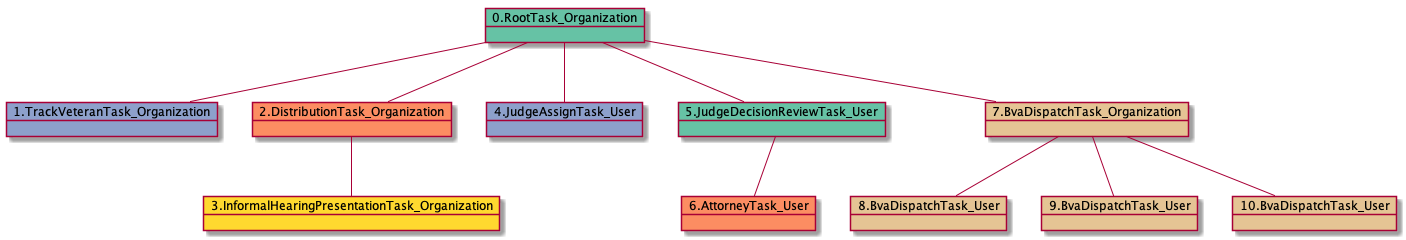
Earlier version of the PlantUML export docs-DR/uml/RTO.TVTO.DTO-34538.png (yoomlam/graphing). Source of this version:
```plantuml
@startuml
object 0.RootTask_Organization #66c2a5
object 1.TrackVeteranTask_Organization #8da0cb
object 2.DistributionTask_Organization #fc8d62
object 3.InformalHearingPresentationTask_Organization #ffd92f
object 4.JudgeAssignTask_User #8da0cb
object 5.JudgeDecisionReviewTask_User #66c2a5
object 6.AttorneyTask_User #fc8d62
object 7.BvaDispatchTask_Organization #e5c494
object 8.BvaDispatchTask_User #e5c494
object 9.BvaDispatchTask_User #e5c494
object 10.BvaDispatchTask_User #e5c494
0.RootTask_Organization -- 1.TrackVeteranTask_Organization
0.RootTask_Organization -- 2.DistributionTask_Organization
2.DistributionTask_Organization -- 3.InformalHearingPresentationTask_Organization
0.RootTask_Organization -- 4.JudgeAssignTask_User
0.RootTask_Organization -- 5.JudgeDecisionReviewTask_User
5.JudgeDecisionReviewTask_User -- 6.AttorneyTask_User
0.RootTask_Organization -- 7.BvaDispatchTask_Organization
7.BvaDispatchTask_Organization -- 8.BvaDispatchTask_User
7.BvaDispatchTask_Organization -- 9.BvaDispatchTask_User
7.BvaDispatchTask_Organization -- 10.BvaDispatchTask_User
@enduml
```
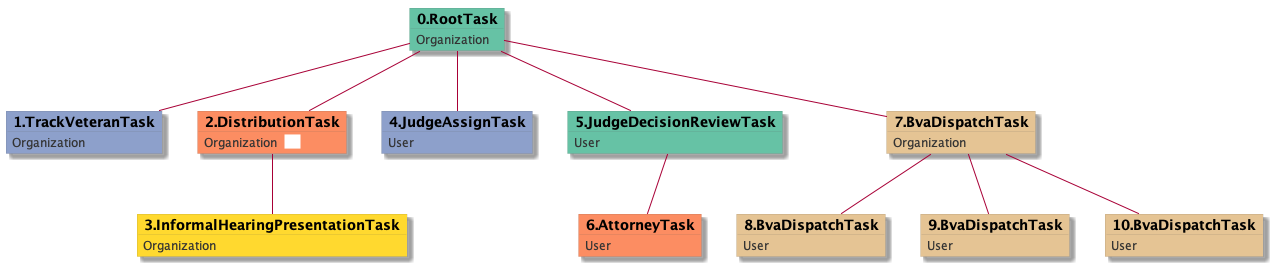
After the commit.

What changed in the source:
```diff
@@ -1,23 +1,53 @@
 @startuml
-object 0.RootTask_Organization #66c2a5
-object 1.TrackVeteranTask_Organization #8da0cb
-object 2.DistributionTask_Organization #fc8d62
-object 3.InformalHearingPresentationTask_Organization #ffd92f
-object 4.JudgeAssignTask_User #8da0cb
-object 5.JudgeDecisionReviewTask_User #66c2a5
-object 6.AttorneyTask_User #fc8d62
-object 7.BvaDispatchTask_Organization #e5c494
-object 8.BvaDispatchTask_User #e5c494
-object 9.BvaDispatchTask_User #e5c494
-object 10.BvaDispatchTask_User #e5c494
-0.RootTask_Organization -- 1.TrackVeteranTask_Organization
-0.RootTask_Organization -- 2.DistributionTask_Organization
-2.DistributionTask_Organization -- 3.InformalHearingPresentationTask_Organization
-0.RootTask_Organization -- 4.JudgeAssignTask_User
-0.RootTask_Organization -- 5.JudgeDecisionReviewTask_User
-5.JudgeDecisionReviewTask_User -- 6.AttorneyTask_User
-0.RootTask_Organization -- 7.BvaDispatchTask_Organization
-7.BvaDispatchTask_Organization -- 8.BvaDispatchTask_User
-7.BvaDispatchTask_Organization -- 9.BvaDispatchTask_User
-7.BvaDispatchTask_Organization -- 10.BvaDispatchTask_User
+skinparam {
+  ObjectBorderColor #555
+  ObjectBorderThickness 0
+  ObjectFontStyle bold
+  ObjectFontSize 14
+  ObjectAttributeFontColor #333
+  ObjectAttributeFontSize 12
+}
+  object 0.RootTask #66c2a5 {
+Organization
+}
+  object 1.TrackVeteranTask #8da0cb {
+Organization
+}
+  object 2.DistributionTask #fc8d62 {
+Organization  <back:white>    </back>
+}
+  object 3.InformalHearingPresentationTask #ffd92f {
+Organization
+}
+  object 4.JudgeAssignTask #8da0cb {
+User
+}
+  object 5.JudgeDecisionReviewTask #66c2a5 {
+User
+}
+  object 6.AttorneyTask #fc8d62 {
+User
+}
+  object 7.BvaDispatchTask #e5c494 {
+Organization
+}
+  object 8.BvaDispatchTask #e5c494 {
+User
+}
+  object 9.BvaDispatchTask #e5c494 {
+User
+}
+  object 10.BvaDispatchTask #e5c494 {
+User
+}
+0.RootTask -- 1.TrackVeteranTask
+0.RootTask -- 2.DistributionTask
+2.DistributionTask -- 3.InformalHearingPresentationTask
+0.RootTask -- 4.JudgeAssignTask
+0.RootTask -- 5.JudgeDecisionReviewTask
+5.JudgeDecisionReviewTask -- 6.AttorneyTask
+0.RootTask -- 7.BvaDispatchTask
+7.BvaDispatchTask -- 8.BvaDispatchTask
+7.BvaDispatchTask -- 9.BvaDispatchTask
+7.BvaDispatchTask -- 10.BvaDispatchTask
 @enduml
```
